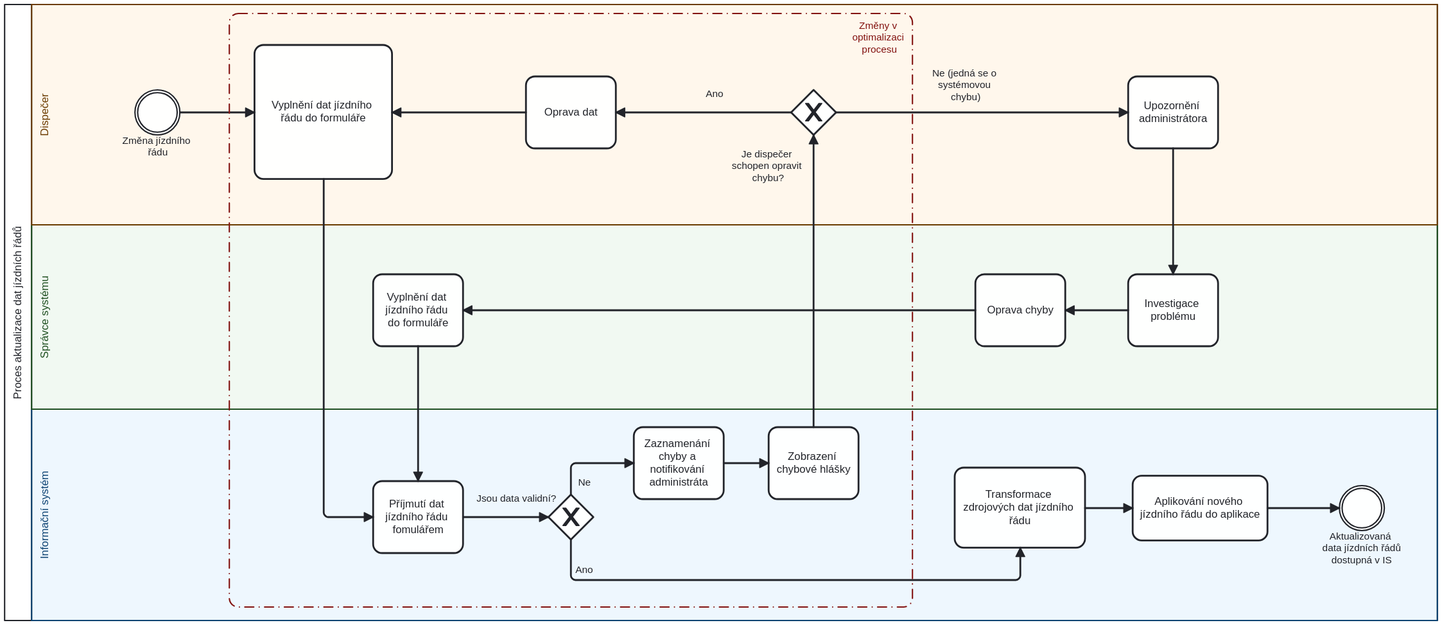
The BPMN diagram images/Pr1_v2 Aktualizace dat jízdních řádů.svg in StrangerTwo/bachelor-thesis, before a commit. Its source is kept beside it as images/Pr1_v2 Aktualizace dat jízdních řádů.bpmn. Ids are renumbered.
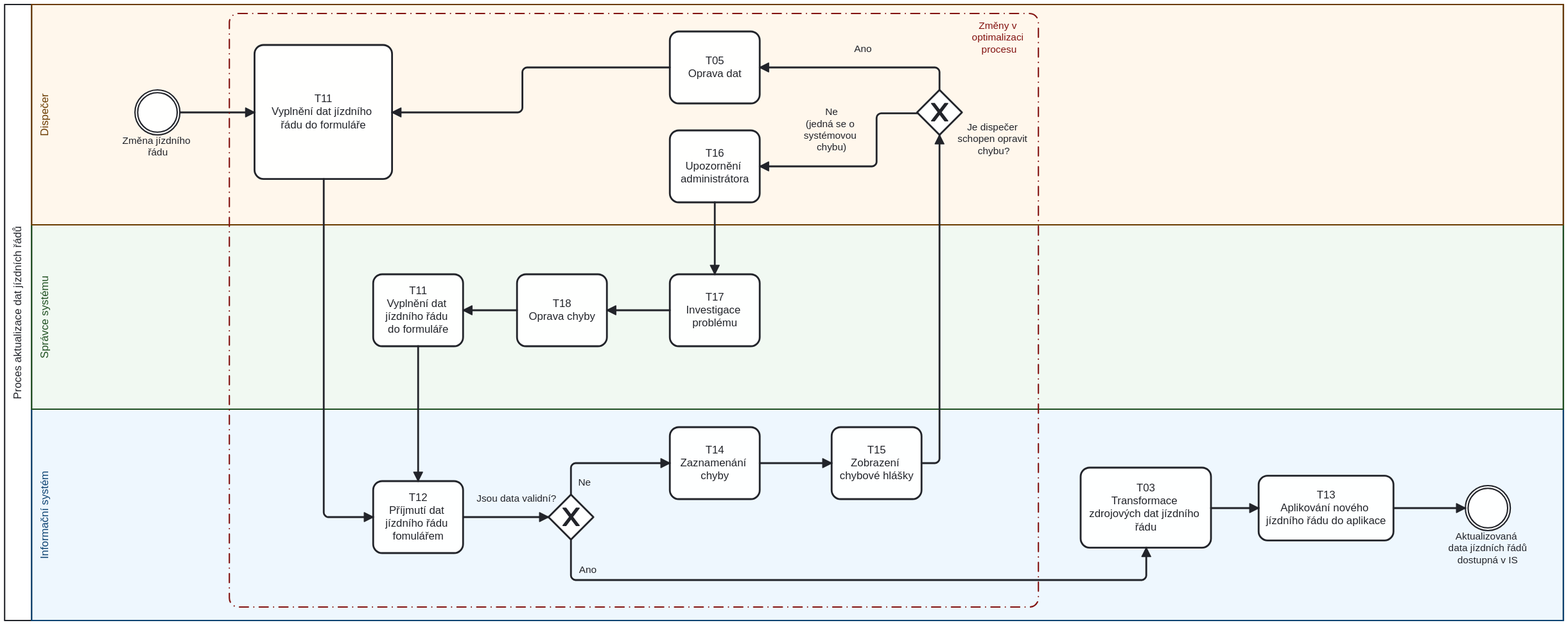
Later version of the same file.

What changed in the source:
```diff
@@ -1,4 +1,4 @@
-<definitions xmlns="http://www.omg.org/spec/BPMN/20100524/MODEL" xmlns:bpmndi="http://www.omg.org/spec/BPMN/20100524/DI" xmlns:di="http://www.omg.org/spec/DD/20100524/DI" xmlns:dc="http://www.omg.org/spec/DD/20100524/DC" xmlns:xsi="http://www.w3.org/2001/XMLSchema-instance" xmlns:bioc="http://bpmn.io/schema/bpmn/biocolor/1.0" xmlns:color="http://www.omg.org/spec/BPMN/non-normative/color/1.0" id="Definitions_Online_Order_Fulfillment" targetNamespace="http://example.com/bpmn" exporter="bpmn-js (https://demo.bpmn.io)" exporterVersion="18.12.0">
+<definitions xmlns="http://www.omg.org/spec/BPMN/20100524/MODEL" xmlns:bpmndi="http://www.omg.org/spec/BPMN/20100524/DI" xmlns:di="http://www.omg.org/spec/DD/20100524/DI" xmlns:dc="http://www.omg.org/spec/DD/20100524/DC" xmlns:xsi="http://www.w3.org/2001/XMLSchema-instance" xmlns:bioc="http://bpmn.io/schema/bpmn/biocolor/1.0" xmlns:color="http://www.omg.org/spec/BPMN/non-normative/color/1.0" id="Definitions_Online_Order_Fulfillment" targetNamespace="http://example.com/bpmn" exporter="bpmn-js (https://demo.bpmn.io)" exporterVersion="18.13.1">
   <message id="Message_Online_Order_Fulfillment" name="Online Order Fulfillment" />
   <collaboration id="Collaboration_Online_Order_Fulfillment">
     <participant id="Participant_Proces_aktualizace_dat_j_zdn_ch___d_" name="Proces aktualizace dat jízdních řádů" processRef="Process_Proces_aktualizace_dat_j_zdn_ch___d_" />
@@ -9,9 +9,9 @@
       <lane id="Lane_Dopravce" name="Dispečer">
         <flowNodeRef>Zm_na_j_zdn_ho___du</flowNodeRef>
         <flowNodeRef>Informov_n__spr_vce_syst_mu_o_zm_n__j_zdn_ch___d_</flowNodeRef>
+        <flowNodeRef>Activity_n5</flowNodeRef>
         <flowNodeRef>Activity_n3</flowNodeRef>
         <flowNodeRef>Gateway_n4</flowNodeRef>
-        <flowNodeRef>Activity_n5</flowNodeRef>
       </lane>
       <lane id="Lane_Spr_vce_syst_mu" name="Správce systému">
         <flowNodeRef>Activity_n6</flowNodeRef>
@@ -21,11 +21,11 @@
       <lane id="Lane_Informa_n__syst_m" name="Informační systém">
         <flowNodeRef>Activity_n9</flowNodeRef>
         <flowNodeRef>Gateway_n10</flowNodeRef>
-        <flowNodeRef>Activity_n11</flowNodeRef>
-        <flowNodeRef>Activity_n12</flowNodeRef>
         <flowNodeRef>Nahr_n__dat_do_syst_mu</flowNodeRef>
         <flowNodeRef>Aktualizovan__data_j_zdn_ch___d__dostupn__v_IS</flowNodeRef>
         <flowNodeRef>Transformace_zdrojov_ch_dat_j_zdn_ho___du</flowNodeRef>
+        <flowNodeRef>Activity_n11</flowNodeRef>
+        <flowNodeRef>Activity_n12</flowNodeRef>
       </lane>
     </laneSet>
     <sequenceFlow id="Flow_rel-Zm_na_j_zdn_ho___du-Informov_n__spr_vce_syst_mu_o_zm_n__j_zdn_ch___d_-forward" sourceRef="Zm_na_j_zdn_ho___du" targetRef="Informov_n__spr_vce_syst_mu_o_zm_n__j_zdn_ch___d_" />
@@ -35,25 +35,23 @@
     <sequenceFlow id="Flow_n15" name="Ne" sourceRef="Gateway_n10" targetRef="Activity_n11" />
     <sequenceFlow id="Flow_n16" sourceRef="Activity_n11" targetRef="Activity_n12" />
     <sequenceFlow id="Flow_n17" sourceRef="Activity_n12" targetRef="Gateway_n4" />
-    <sequenceFlow id="Flow_n18" sourceRef="Activity_n5" targetRef="Activity_n7" />
     <sequenceFlow id="Flow_n19" name="Ano" sourceRef="Gateway_n10" targetRef="Transformace_zdrojov_ch_dat_j_zdn_ho___du" />
     <sequenceFlow id="Flow_n20" sourceRef="Transformace_zdrojov_ch_dat_j_zdn_ho___du" targetRef="Nahr_n__dat_do_syst_mu" />
     <intermediateCatchEvent id="Zm_na_j_zdn_ho___du" name="Změna jízdního řádu" />
     <sequenceFlow id="Flow_n21" name="Ano" sourceRef="Gateway_n4" targetRef="Activity_n3" />
-    <sequenceFlow id="Flow_n22" name="Ne (jedná se o systémovou chybu)" sourceRef="Gateway_n4" targetRef="Activity_n5" />
+    <sequenceFlow id="Flow_n22" name="Ne&#10;(jedná se o systémovou chybu)" sourceRef="Gateway_n4" targetRef="Activity_n5" />
     <sequenceFlow id="Flow_n23" sourceRef="Activity_n3" targetRef="Informov_n__spr_vce_syst_mu_o_zm_n__j_zdn_ch___d_" />
-    <task id="Informov_n__spr_vce_syst_mu_o_zm_n__j_zdn_ch___d_" name="Vyplnění dat jízdního řádu do formuláře">
+    <task id="Informov_n__spr_vce_syst_mu_o_zm_n__j_zdn_ch___d_" name="T11&#10;Vyplnění dat jízdního řádu do formuláře">
       <incoming>Flow_n23</incoming>
       <outgoing>Flow_n13</outgoing>
     </task>
-    <task id="Activity_n9" name="Příjmutí dat jízdního řádu fomulářem">
+    <task id="Activity_n9" name="T12&#10;Příjmutí dat jízdního řádu fomulářem">
       <incoming>Flow_n13</incoming>
       <incoming>Flow_n24</incoming>
       <outgoing>Flow_n14</outgoing>
     </task>
-    <sequenceFlow id="Flow_n25" sourceRef="Activity_n7" targetRef="Activity_n8" />
     <sequenceFlow id="Flow_n26" sourceRef="Activity_n8" targetRef="Activity_n6" />
-    <task id="Activity_n6" name="Vyplnění dat jízdního řádu do formuláře">
+    <task id="Activity_n6" name="T11&#10;Vyplnění dat jízdního řádu do formuláře">
       <incoming>Flow_n26</incoming>
       <outgoing>Flow_n24</outgoing>
     </task>
@@ -63,44 +61,46 @@
       <outgoing>Flow_n15</outgoing>
       <outgoing>Flow_n19</outgoing>
     </exclusiveGateway>
-    <task id="Activity_n3" name="Oprava dat">
+    <task id="Activity_n7" name="T17&#10;Investigace problému">
+      <incoming>Flow_n18</incoming>
+      <outgoing>Flow_n25</outgoing>
+    </task>
+    <task id="Activity_n8" name="T18&#10;Oprava chyby">
+      <incoming>Flow_n25</incoming>
+      <outgoing>Flow_n26</outgoing>
+    </task>
+    <sequenceFlow id="Flow_n18" sourceRef="Activity_n5" targetRef="Activity_n7" />
+    <sequenceFlow id="Flow_n25" sourceRef="Activity_n7" targetRef="Activity_n8" />
+    <task id="Activity_n5" name="T16&#10;Upozornění administrátora">
+      <incoming>Flow_n22</incoming>
+      <outgoing>Flow_n18</outgoing>
+    </task>
+    <task id="Activity_n3" name="T05&#10;Oprava dat">
       <incoming>Flow_n21</incoming>
       <outgoing>Flow_n23</outgoing>
-    </task>
-    <task id="Activity_n11" name="Zaznamenání chyby a notifikování administráta">
-      <incoming>Flow_n15</incoming>
-      <outgoing>Flow_n16</outgoing>
-    </task>
-    <task id="Activity_n12" name="Zobrazení chybové hlášky">
-      <incoming>Flow_n16</incoming>
-      <outgoing>Flow_n17</outgoing>
     </task>
     <exclusiveGateway id="Gateway_n4" name="Je dispečer schopen opravit chybu?">
       <incoming>Flow_n17</incoming>
       <outgoing>Flow_n21</outgoing>
       <outgoing>Flow_n22</outgoing>
     </exclusiveGateway>
-    <task id="Nahr_n__dat_do_syst_mu" name="Aplikování nového jízdního řádu do aplikace">
+    <task id="Nahr_n__dat_do_syst_mu" name="T13&#10;Aplikování nového jízdního řádu do aplikace">
       <incoming>Flow_n20</incoming>
     </task>
     <intermediateCatchEvent id="Aktualizovan__data_j_zdn_ch___d__dostupn__v_IS" name="Aktualizovaná data jízdních řádů dostupná v IS">
       <incoming>Flow_rel-Nahr_n__dat_do_syst_mu-Nasazen__nov__verze_aplikace-forward</incoming>
     </intermediateCatchEvent>
-    <task id="Activity_n5" name="Upozornění administrátora">
-      <incoming>Flow_n22</incoming>
-      <outgoing>Flow_n18</outgoing>
-    </task>
-    <task id="Activity_n7" name="Investigace problému">
-      <incoming>Flow_n18</incoming>
-      <outgoing>Flow_n25</outgoing>
-    </task>
-    <task id="Activity_n8" name="Oprava chyby">
-      <incoming>Flow_n25</incoming>
-      <outgoing>Flow_n26</outgoing>
-    </task>
-    <task id="Transformace_zdrojov_ch_dat_j_zdn_ho___du" name="Transformace zdrojových dat jízdního řádu">
+    <task id="Transformace_zdrojov_ch_dat_j_zdn_ho___du" name="T03&#10;Transformace zdrojových dat jízdního řádu">
       <incoming>Flow_n19</incoming>
       <outgoing>Flow_n20</outgoing>
+    </task>
+    <task id="Activity_n11" name="T14&#10;Zaznamenání chyby">
+      <incoming>Flow_n15</incoming>
+      <outgoing>Flow_n16</outgoing>
+    </task>
+    <task id="Activity_n12" name="T15&#10;Zobrazení chybové hlášky">
+      <incoming>Flow_n16</incoming>
+      <outgoing>Flow_n17</outgoing>
     </task>
   </process>
   <category id="Category_n27">
@@ -109,17 +109,17 @@
   <bpmndi:BPMNDiagram id="BPMNDiagram_1">
     <bpmndi:BPMNPlane id="BPMNPlane_1" bpmnElement="Collaboration_Online_Order_Fulfillment">
       <bpmndi:BPMNShape id="Participant_Proces_aktualizace_dat_j_zdn_ch___d__di" bpmnElement="Participant_Proces_aktualizace_dat_j_zdn_ch___d_" isHorizontal="true">
-        <dc:Bounds x="130" y="60" width="1594" height="685" />
+        <dc:Bounds x="130" y="60" width="1734" height="685" />
         <bpmndi:BPMNLabel />
       </bpmndi:BPMNShape>
       <bpmndi:BPMNShape id="LaneShape_Informa_n__syst_m" bpmnElement="Lane_Informa_n__syst_m" isHorizontal="true" bioc:stroke="#0d4372" bioc:fill="#bbdefb" color:background-color="#bbdefb" color:border-color="#0d4372">
-        <dc:Bounds x="160" y="510" width="1564" height="235" />
+        <dc:Bounds x="160" y="510" width="1704" height="235" />
       </bpmndi:BPMNShape>
       <bpmndi:BPMNShape id="LaneShape_Spr_vce_syst_mu" bpmnElement="Lane_Spr_vce_syst_mu" isHorizontal="true" bioc:stroke="#205022" bioc:fill="#c8e6c9" color:background-color="#c8e6c9" color:border-color="#205022">
-        <dc:Bounds x="160" y="305" width="1564" height="205" />
+        <dc:Bounds x="160" y="305" width="1704" height="205" />
       </bpmndi:BPMNShape>
       <bpmndi:BPMNShape id="LaneShape_Dopravce" bpmnElement="Lane_Dopravce" isHorizontal="true" bioc:stroke="#6b3c00" bioc:fill="#ffe0b2" color:background-color="#ffe0b2" color:border-color="#6b3c00">
-        <dc:Bounds x="160" y="60" width="1564" height="245" />
+        <dc:Bounds x="160" y="60" width="1704" height="245" />
         <bpmndi:BPMNLabel />
       </bpmndi:BPMNShape>
       <bpmndi:BPMNShape id="Shape_Zm_na_j_zdn_ho___du" bpmnElement="Zm_na_j_zdn_ho___du">
@@ -146,56 +146,57 @@
           <dc:Bounds x="655" y="603" width="89" height="14" />
         </bpmndi:BPMNLabel>
       </bpmndi:BPMNShape>
+      <bpmndi:BPMNShape id="Activity_n7_di" bpmnElement="Activity_n7">
+        <dc:Bounds x="870" y="360" width="100" height="80" />
+        <bpmndi:BPMNLabel />
+      </bpmndi:BPMNShape>
+      <bpmndi:BPMNShape id="Activity_n8_di" bpmnElement="Activity_n8">
+        <dc:Bounds x="700" y="360" width="100" height="80" />
+        <bpmndi:BPMNLabel />
+      </bpmndi:BPMNShape>
+      <bpmndi:BPMNShape id="Activity_n5_di" bpmnElement="Activity_n5">
+        <dc:Bounds x="870" y="200" width="100" height="80" />
+        <bpmndi:BPMNLabel />
+      </bpmndi:BPMNShape>
       <bpmndi:BPMNShape id="Activity_n3_di" bpmnElement="Activity_n3">
-        <dc:Bounds x="710" y="140" width="100" height="80" />
+        <dc:Bounds x="870" y="90" width="100" height="80" />
+        <bpmndi:BPMNLabel />
+      </bpmndi:BPMNShape>
+      <bpmndi:BPMNShape id="Gateway_n4_di" bpmnElement="Gateway_n4" isMarkerVisible="true">
+        <dc:Bounds x="1145" y="155" width="50" height="50" />
+        <bpmndi:BPMNLabel>
+          <dc:Bounds x="1190" y="190" width="81" height="40" />
+        </bpmndi:BPMNLabel>
+      </bpmndi:BPMNShape>
+      <bpmndi:BPMNShape id="Shape_Nahr_n__dat_do_syst_mu" bpmnElement="Nahr_n__dat_do_syst_mu">
+        <dc:Bounds x="1525" y="584" width="150" height="72" />
+        <bpmndi:BPMNLabel />
+      </bpmndi:BPMNShape>
+      <bpmndi:BPMNShape id="Shape_Aktualizovan__data_j_zdn_ch___d__dostupn__v_IS" bpmnElement="Aktualizovan__data_j_zdn_ch___d__dostupn__v_IS">
+        <dc:Bounds x="1755" y="595" width="50" height="50" />
+        <bpmndi:BPMNLabel>
+          <dc:Bounds x="1736" y="645" width="88" height="40" />
+        </bpmndi:BPMNLabel>
+      </bpmndi:BPMNShape>
+      <bpmndi:BPMNShape id="Shape_Transformace_zdrojov_ch_dat_j_zdn_ho___du" bpmnElement="Transformace_zdrojov_ch_dat_j_zdn_ho___du">
+        <dc:Bounds x="1327" y="575" width="145" height="89" />
         <bpmndi:BPMNLabel />
       </bpmndi:BPMNShape>
       <bpmndi:BPMNShape id="Activity_n11_di" bpmnElement="Activity_n11">
-        <dc:Bounds x="830" y="530" width="100" height="80" />
+        <dc:Bounds x="870" y="530" width="100" height="80" />
         <bpmndi:BPMNLabel />
       </bpmndi:BPMNShape>
       <bpmndi:BPMNShape id="Activity_n12_di" bpmnElement="Activity_n12">
-        <dc:Bounds x="980" y="530" width="100" height="80" />
+        <dc:Bounds x="1050" y="530" width="100" height="80" />
         <bpmndi:BPMNLabel />
-      </bpmndi:BPMNShape>
-      <bpmndi:BPMNShape id="Gateway_n4_di" bpmnElement="Gateway_n4" isMarkerVisible="true">
-        <dc:Bounds x="1005" y="155" width="50" height="50" />
-        <bpmndi:BPMNLabel>
-          <dc:Bounds x="939" y="220" width="81" height="40" />
-        </bpmndi:BPMNLabel>
-      </bpmndi:BPMNShape>
-      <bpmndi:BPMNShape id="Shape_Nahr_n__dat_do_syst_mu" bpmnElement="Nahr_n__dat_do_syst_mu">
-        <dc:Bounds x="1385" y="584" width="150" height="72" />
-        <bpmndi:BPMNLabel />
-      </bpmndi:BPMNShape>
-      <bpmndi:BPMNShape id="Shape_Aktualizovan__data_j_zdn_ch___d__dostupn__v_IS" bpmnElement="Aktualizovan__data_j_zdn_ch___d__dostupn__v_IS">
-        <dc:Bounds x="1615" y="595" width="50" height="50" />
-        <bpmndi:BPMNLabel>
-          <dc:Bounds x="1596" y="645" width="88" height="40" />
-        </bpmndi:BPMNLabel>
-      </bpmndi:BPMNShape>
-      <bpmndi:BPMNShape id="Activity_n5_di" bpmnElement="Activity_n5">
-        <dc:Bounds x="1380" y="140" width="100" height="80" />
-        <bpmndi:BPMNLabel />
-      </bpmndi:BPMNShape>
-      <bpmndi:BPMNShape id="Activity_n7_di" bpmnElement="Activity_n7">
-        <dc:Bounds x="1380" y="360" width="100" height="80" />
-        <bpmndi:BPMNLabel />
-      </bpmndi:BPMNShape>
-      <bpmndi:BPMNShape id="Activity_n8_di" bpmnElement="Activity_n8">
-        <dc:Bounds x="1210" y="360" width="100" height="80" />
-        <bpmndi:BPMNLabel />
-      </bpmndi:BPMNShape>
-      <bpmndi:BPMNShape id="Shape_Transformace_zdrojov_ch_dat_j_zdn_ho___du" bpmnElement="Transformace_zdrojov_ch_dat_j_zdn_ho___du">
-        <dc:Bounds x="1187" y="575" width="145" height="89" />
       </bpmndi:BPMNShape>
       <bpmndi:BPMNEdge id="Edge_Flow_rel-Zm_na_j_zdn_ho___du-Informov_n__spr_vce_syst_mu_o_zm_n__j_zdn_ch___d_-forward" bpmnElement="Flow_rel-Zm_na_j_zdn_ho___du-Informov_n__spr_vce_syst_mu_o_zm_n__j_zdn_ch___d_-forward">
         <di:waypoint x="325" y="180" />
         <di:waypoint x="408" y="180" />
       </bpmndi:BPMNEdge>
       <bpmndi:BPMNEdge id="Edge_Flow_rel-Nahr_n__dat_do_syst_mu-Nasazen__nov__verze_aplikace-forward" bpmnElement="Flow_rel-Nahr_n__dat_do_syst_mu-Nasazen__nov__verze_aplikace-forward">
-        <di:waypoint x="1535" y="620" />
-        <di:waypoint x="1615" y="620" />
+        <di:waypoint x="1675" y="620" />
+        <di:waypoint x="1755" y="620" />
       </bpmndi:BPMNEdge>
       <bpmndi:BPMNEdge id="Flow_n13_di" bpmnElement="Flow_n13">
         <di:waypoint x="485" y="254" />
@@ -209,70 +210,76 @@
       <bpmndi:BPMNEdge id="Flow_n15_di" bpmnElement="Flow_n15">
         <di:waypoint x="760" y="605" />
         <di:waypoint x="760" y="570" />
-        <di:waypoint x="830" y="570" />
+        <di:waypoint x="870" y="570" />
         <bpmndi:BPMNLabel>
           <dc:Bounds x="768" y="585" width="15" height="14" />
         </bpmndi:BPMNLabel>
       </bpmndi:BPMNEdge>
       <bpmndi:BPMNEdge id="Flow_n16_di" bpmnElement="Flow_n16">
-        <di:waypoint x="930" y="570" />
-        <di:waypoint x="980" y="570" />
+        <di:waypoint x="970" y="570" />
+        <di:waypoint x="1050" y="570" />
       </bpmndi:BPMNEdge>
       <bpmndi:BPMNEdge id="Flow_n17_di" bpmnElement="Flow_n17">
-        <di:waypoint x="1030" y="530" />
-        <di:waypoint x="1030" y="205" />
-      </bpmndi:BPMNEdge>
-      <bpmndi:BPMNEdge id="Flow_n18_di" bpmnElement="Flow_n18">
-        <di:waypoint x="1430" y="220" />
-        <di:waypoint x="1430" y="360" />
+        <di:waypoint x="1150" y="570" />
+        <di:waypoint x="1170" y="570" />
+        <di:waypoint x="1170" y="205" />
       </bpmndi:BPMNEdge>
       <bpmndi:BPMNEdge id="Flow_n19_di" bpmnElement="Flow_n19">
         <di:waypoint x="760" y="655" />
         <di:waypoint x="760" y="700" />
-        <di:waypoint x="1260" y="700" />
-        <di:waypoint x="1260" y="664" />
+        <di:waypoint x="1400" y="700" />
+        <di:waypoint x="1400" y="664" />
         <bpmndi:BPMNLabel>
-          <dc:Bounds x="765" y="682" width="20" height="14" />
+          <dc:Bounds x="769" y="682" width="20" height="14" />
         </bpmndi:BPMNLabel>
       </bpmndi:BPMNEdge>
       <bpmndi:BPMNEdge id="Flow_n20_di" bpmnElement="Flow_n20">
-        <di:waypoint x="1332" y="620" />
-        <di:waypoint x="1385" y="620" />
+        <di:waypoint x="1472" y="620" />
+        <di:waypoint x="1525" y="620" />
       </bpmndi:BPMNEdge>
       <bpmndi:BPMNEdge id="Flow_n21_di" bpmnElement="Flow_n21">
-        <di:waypoint x="1005" y="180" />
-        <di:waypoint x="810" y="180" />
+        <di:waypoint x="1170" y="155" />
+        <di:waypoint x="1170" y="130" />
+        <di:waypoint x="970" y="130" />
         <bpmndi:BPMNLabel>
-          <dc:Bounds x="910" y="153" width="20" height="14" />
+          <dc:Bounds x="1075" y="103" width="20" height="14" />
         </bpmndi:BPMNLabel>
       </bpmndi:BPMNEdge>
       <bpmndi:BPMNEdge id="Flow_n22_di" bpmnElement="Flow_n22">
-        <di:waypoint x="1055" y="180" />
-        <di:waypoint x="1380" y="180" />
+        <di:waypoint x="1146" y="181" />
+        <di:waypoint x="1100" y="181" />
+        <di:waypoint x="1100" y="240" />
+        <di:waypoint x="970" y="240" />
         <bpmndi:BPMNLabel>
-          <dc:Bounds x="1162" y="130" width="75" height="40" />
+          <dc:Bounds x="1019" y="173" width="62" height="53" />
         </bpmndi:BPMNLabel>
       </bpmndi:BPMNEdge>
       <bpmndi:BPMNEdge id="Flow_n23_di" bpmnElement="Flow_n23">
-        <di:waypoint x="710" y="180" />
+        <di:waypoint x="870" y="130" />
+        <di:waypoint x="706" y="130" />
+        <di:waypoint x="706" y="180" />
         <di:waypoint x="561" y="180" />
       </bpmndi:BPMNEdge>
-      <bpmndi:BPMNEdge id="Flow_n25_di" bpmnElement="Flow_n25">
-        <di:waypoint x="1380" y="400" />
-        <di:waypoint x="1310" y="400" />
-      </bpmndi:BPMNEdge>
       <bpmndi:BPMNEdge id="Flow_n26_di" bpmnElement="Flow_n26">
-        <di:waypoint x="1210" y="400" />
+        <di:waypoint x="700" y="400" />
         <di:waypoint x="640" y="400" />
       </bpmndi:BPMNEdge>
       <bpmndi:BPMNEdge id="Flow_n24_di" bpmnElement="Flow_n24">
         <di:waypoint x="590" y="440" />
         <di:waypoint x="590" y="590" />
       </bpmndi:BPMNEdge>
+      <bpmndi:BPMNEdge id="Flow_n18_di" bpmnElement="Flow_n18">
+        <di:waypoint x="920" y="280" />
+        <di:waypoint x="920" y="360" />
+      </bpmndi:BPMNEdge>
+      <bpmndi:BPMNEdge id="Flow_n25_di" bpmnElement="Flow_n25">
+        <di:waypoint x="870" y="400" />
+        <di:waypoint x="800" y="400" />
+      </bpmndi:BPMNEdge>
       <bpmndi:BPMNShape id="Group_n1_di" bpmnElement="Group_n1" bioc:stroke="#831311" bioc:fill="#ffcdd2" color:background-color="#ffcdd2" color:border-color="#831311">
-        <dc:Bounds x="380" y="70" width="760" height="660" />
+        <dc:Bounds x="380" y="70" width="900" height="660" />
         <bpmndi:BPMNLabel>
-          <dc:Bounds x="1073" y="77" width="61" height="40" />
+          <dc:Bounds x="1206" y="77" width="61" height="40" />
         </bpmndi:BPMNLabel>
       </bpmndi:BPMNShape>
     </bpmndi:BPMNPlane>
```
